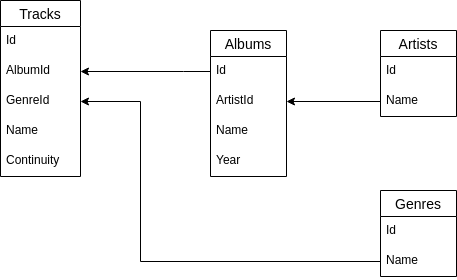
Earlier version of the draw.io export Netology_DB_1.png (headsoft-mikhail/netology_db_1). Source tidied: cells renumbered, new cells last; positions are measured from the earlier drawing's top-left corner, leaving out a move shared by most shapes.
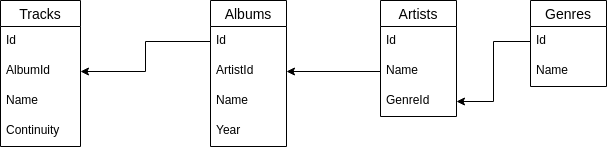
After the commit.

What changed in the source:
```diff
@@ -3,7 +3,7 @@
     <mxCell id="0" />
     <mxCell id="1" parent="0" />
     <mxCell id="2" value="Tracks" style="swimlane;fontStyle=0;horizontal=1;startSize=26;align=center;fontSize=14;" parent="1" vertex="1">
-      <mxGeometry width="80" height="176" as="geometry" />
+      <mxGeometry width="80" height="146" as="geometry" />
     </mxCell>
     <mxCell id="3" value="Id" style="text;strokeColor=none;fillColor=none;spacingLeft=4;spacingRight=4;overflow=hidden;fontSize=12;" parent="2" vertex="1">
       <mxGeometry y="26" width="80" height="30" as="geometry" />
@@ -11,17 +11,14 @@
     <mxCell id="4" value="AlbumId" style="text;strokeColor=none;fillColor=none;spacingLeft=4;spacingRight=4;overflow=hidden;points=[[0,0.5],[1,0.5]];portConstraint=eastwest;fontSize=12;" parent="2" vertex="1">
       <mxGeometry y="56" width="80" height="30" as="geometry" />
     </mxCell>
-    <mxCell id="5" value="GenreId" style="text;strokeColor=none;fillColor=none;spacingLeft=4;spacingRight=4;overflow=hidden;points=[[0,0.5],[1,0.5]];portConstraint=eastwest;fontSize=12;" parent="2" vertex="1">
-      <mxGeometry y="86" width="80" height="30" as="geometry" />
-    </mxCell>
     <mxCell id="6" value="Name" style="text;strokeColor=none;fillColor=none;spacingLeft=4;spacingRight=4;overflow=hidden;fontSize=12;" parent="2" vertex="1">
-      <mxGeometry y="116" width="80" height="30" as="geometry" />
+      <mxGeometry y="86" width="80" height="30" as="geometry" />
     </mxCell>
     <mxCell id="7" value="Continuity" style="text;strokeColor=none;fillColor=none;spacingLeft=4;spacingRight=4;overflow=hidden;fontSize=12;" parent="2" vertex="1">
-      <mxGeometry y="146" width="80" height="30" as="geometry" />
+      <mxGeometry y="116" width="80" height="30" as="geometry" />
     </mxCell>
     <mxCell id="8" value="Albums" style="swimlane;fontStyle=0;horizontal=1;startSize=26;align=center;fontSize=14;" parent="1" vertex="1">
-      <mxGeometry x="210" y="30" width="76" height="146" as="geometry" />
+      <mxGeometry x="210" width="76" height="146" as="geometry" />
     </mxCell>
     <mxCell id="9" value="Id" style="text;strokeColor=none;fillColor=none;spacingLeft=4;spacingRight=4;overflow=hidden;points=[[0,0.5],[1,0.5]];portConstraint=eastwest;fontSize=12;" parent="8" vertex="1">
       <mxGeometry y="26" width="76" height="30" as="geometry" />
@@ -35,16 +32,8 @@
     <mxCell id="12" value="Year" style="text;strokeColor=none;fillColor=none;spacingLeft=4;spacingRight=4;overflow=hidden;fontSize=12;" parent="8" vertex="1">
       <mxGeometry y="116" width="76" height="30" as="geometry" />
     </mxCell>
-    <mxCell id="13" style="edgeStyle=orthogonalEdgeStyle;rounded=0;jettySize=auto;html=1;exitX=0;exitY=0.5;exitDx=0;exitDy=0;entryX=1;entryY=0.5;entryDx=0;entryDy=0;" parent="1" edge="1" source="9" target="4">
-      <mxGeometry relative="1" as="geometry">
-        <Array as="points">
-          <mxPoint x="183" y="71" />
-          <mxPoint x="183" y="71" />
-        </Array>
-      </mxGeometry>
-    </mxCell>
     <mxCell id="14" value="Artists" style="swimlane;fontStyle=0;horizontal=1;startSize=26;align=center;fontSize=14;" parent="1" vertex="1">
-      <mxGeometry x="380" y="30" width="76" height="86" as="geometry" />
+      <mxGeometry x="380" width="76" height="116" as="geometry" />
     </mxCell>
     <mxCell id="15" value="Id" style="text;strokeColor=none;fillColor=none;spacingLeft=4;spacingRight=4;overflow=hidden;fontSize=12;" parent="14" vertex="1">
       <mxGeometry y="26" width="76" height="30" as="geometry" />
@@ -52,11 +41,14 @@
     <mxCell id="16" value="Name" style="text;strokeColor=none;fillColor=none;spacingLeft=4;spacingRight=4;overflow=hidden;points=[[0,0.5],[1,0.5]];portConstraint=eastwest;fontSize=12;" parent="14" vertex="1">
       <mxGeometry y="56" width="76" height="30" as="geometry" />
     </mxCell>
+    <mxCell id="5" value="GenreId" style="text;strokeColor=none;fillColor=none;spacingLeft=4;spacingRight=4;overflow=hidden;points=[[0,0.5],[1,0.5]];portConstraint=eastwest;fontSize=12;" parent="14" vertex="1">
+      <mxGeometry y="86" width="76" height="30" as="geometry" />
+    </mxCell>
     <mxCell id="17" style="edgeStyle=orthogonalEdgeStyle;rounded=0;jettySize=auto;html=1;exitX=0;exitY=0.5;exitDx=0;exitDy=0;entryX=1;entryY=0.5;entryDx=0;entryDy=0;" parent="1" edge="1" source="16" target="10">
       <mxGeometry relative="1" as="geometry" />
     </mxCell>
     <mxCell id="18" value="Genres" style="swimlane;fontStyle=0;horizontal=1;startSize=26;align=center;fontSize=14;" parent="1" vertex="1">
-      <mxGeometry x="380" y="190" width="76" height="86" as="geometry" />
+      <mxGeometry x="530" width="76" height="86" as="geometry" />
     </mxCell>
     <mxCell id="19" value="Id" style="text;strokeColor=none;fillColor=none;spacingLeft=4;spacingRight=4;overflow=hidden;points=[[0,0.5],[1,0.5]];portConstraint=eastwest;fontSize=12;" parent="18" vertex="1">
       <mxGeometry y="26" width="76" height="30" as="geometry" />
@@ -64,13 +56,11 @@
     <mxCell id="20" value="Name" style="text;strokeColor=none;fillColor=none;spacingLeft=4;spacingRight=4;overflow=hidden;points=[[0,0.5],[1,0.5]];portConstraint=eastwest;fontSize=12;" parent="18" vertex="1">
       <mxGeometry y="56" width="76" height="30" as="geometry" />
     </mxCell>
-    <mxCell id="21" style="edgeStyle=orthogonalEdgeStyle;rounded=0;jettySize=auto;html=1;exitX=0;exitY=0.5;exitDx=0;exitDy=0;entryX=1;entryY=0.5;entryDx=0;entryDy=0;" parent="1" edge="1" source="20" target="5">
-      <mxGeometry relative="1" as="geometry">
-        <Array as="points">
-          <mxPoint x="140" y="261" />
-          <mxPoint x="140" y="101" />
-        </Array>
-      </mxGeometry>
-    </mxCell>
+    <mxCell id="22" style="edgeStyle=orthogonalEdgeStyle;rounded=0;jettySize=auto;html=1;exitX=0;exitY=0.5;exitDx=0;exitDy=0;entryX=1;entryY=0.5;entryDx=0;entryDy=0;" parent="1" edge="1" source="19" target="5">
+      <mxGeometry relative="1" as="geometry" />
+    </mxCell>
+    <mxCell id="13" style="edgeStyle=orthogonalEdgeStyle;rounded=0;jettySize=auto;html=1;exitX=0;exitY=0.5;exitDx=0;exitDy=0;entryX=1;entryY=0.5;entryDx=0;entryDy=0;" parent="1" edge="1" source="9" target="4">
+      <mxGeometry relative="1" as="geometry" />
+    </mxCell>
   </root>
 </mxGraphModel>
```
